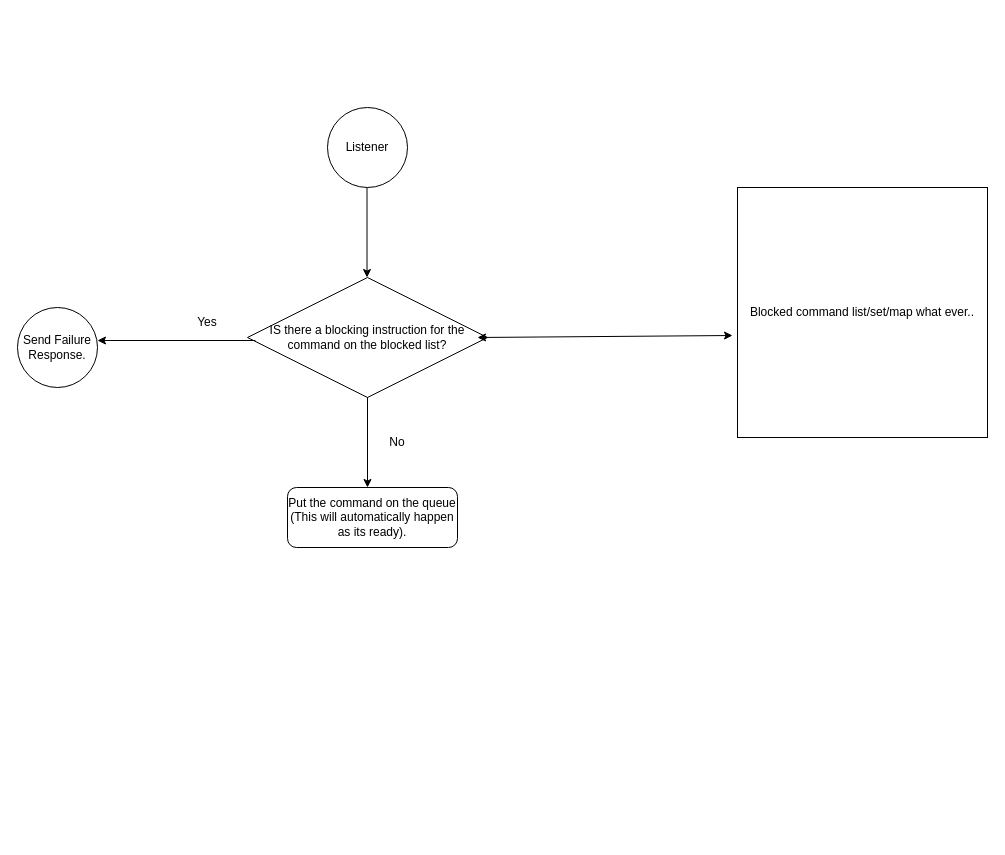
Above: Blocking Instructions.drawio in anshuldevmehta/RandomDiagrams (draw.io), before the change. Source tidied: cells renumbered, new cells numbered last; positions are measured from the earlier drawing's top-left corner, leaving out a move shared by most shapes. Both pictures are drawn from the tidied source at 100%, with x=0, y=0 at pixel (17, 107).
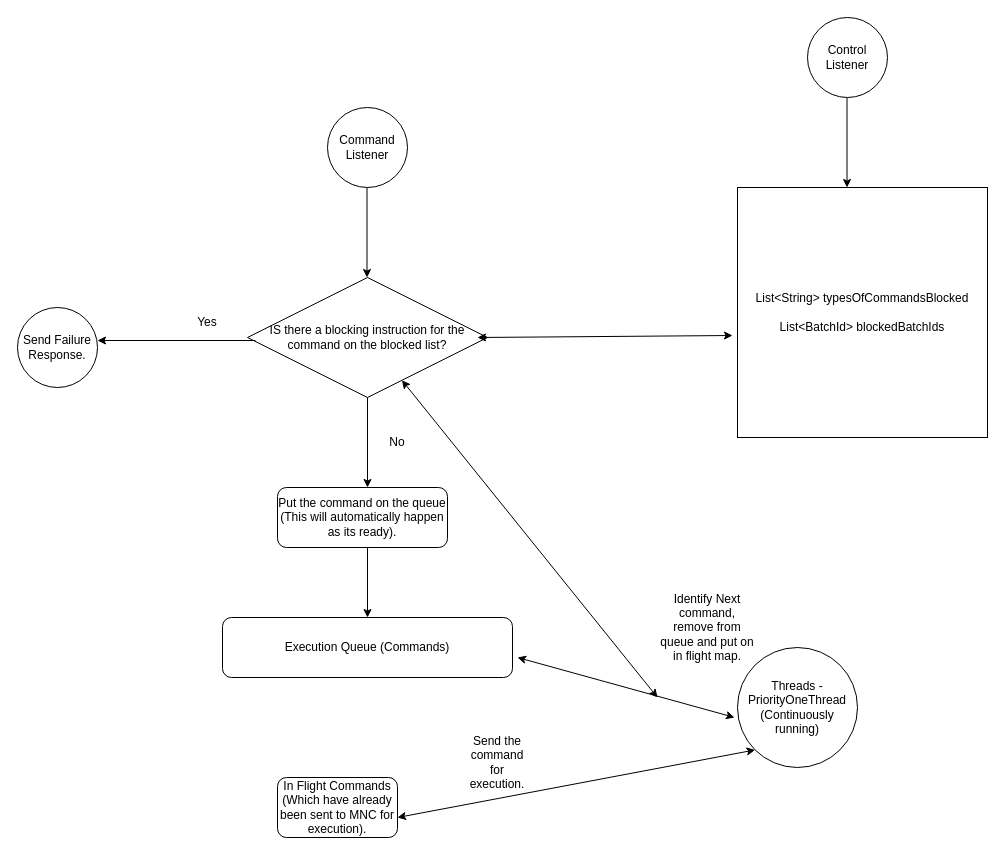
Above is the later version.

The change refers to these unchanged cells:
```xml
<mxCell id="5" value="IS there a blocking instruction for the command on the blocked list?" style="rhombus;whiteSpace=wrap;html=1;" parent="1" vertex="1">
  <mxGeometry x="230" y="170" width="240" height="120" as="geometry" />
</mxCell>
```

The edit, as a diff of the source:
```diff
@@
-    <mxCell id="2" value="Listener" style="ellipse;whiteSpace=wrap;html=1;" parent="1" vertex="1">
+    <mxCell id="2" value="Command Listener" style="ellipse;whiteSpace=wrap;html=1;" parent="1" vertex="1">
       <mxGeometry x="310" width="80" height="80" as="geometry" />
     </mxCell>
@@
-    <mxCell id="4" value="Blocked command list/set/map what ever.." style="whiteSpace=wrap;html=1;" parent="1" vertex="1">
+    <mxCell id="4" value="&lt;div&gt;List&amp;lt;String&amp;gt; typesOfCommandsBlocked&lt;/div&gt;&lt;div&gt;&lt;br&gt;&lt;/div&gt;&lt;div&gt;List&amp;lt;BatchId&amp;gt; blockedBatchIds&lt;br&gt;&lt;/div&gt;" style="whiteSpace=wrap;html=1;" parent="1" vertex="1">
       <mxGeometry x="720" y="80" width="250" height="250" as="geometry" />
     </mxCell>
@@
     <mxCell id="12" value="Put the command on the queue (This will automatically happen as its ready)." style="rounded=1;whiteSpace=wrap;html=1;" parent="1" vertex="1">
-      <mxGeometry x="270" y="380" width="170" height="60" as="geometry" />
+      <mxGeometry x="260" y="380" width="170" height="60" as="geometry" />
     </mxCell>
+    <mxCell id="13" value="Threads - PriorityOneThread (Continuously running)" style="ellipse;whiteSpace=wrap;html=1;" parent="1" vertex="1">
+      <mxGeometry x="720" y="540" width="120" height="120" as="geometry" />
+    </mxCell>
+    <mxCell id="14" value="Execution Queue (Commands)" style="rounded=1;whiteSpace=wrap;html=1;" parent="1" vertex="1">
+      <mxGeometry x="205" y="510" width="290" height="60" as="geometry" />
+    </mxCell>
+    <mxCell id="15" style="endArrow=classic;html=1;rounded=0;entryX=0.5;entryY=0;entryDx=0;entryDy=0;" parent="1" edge="1" target="14">
+      <mxGeometry relative="1" as="geometry">
+        <mxPoint x="350" y="440" as="sourcePoint" />
+      </mxGeometry>
+    </mxCell>
+    <mxCell id="16" value="In Flight Commands (Which have already been sent to MNC for execution)." style="rounded=1;whiteSpace=wrap;html=1;" parent="1" vertex="1">
+      <mxGeometry x="260" y="670" width="120" height="60" as="geometry" />
+    </mxCell>
+    <mxCell id="17" style="endArrow=classic;startArrow=classic;html=1;rounded=0;entryX=-0.025;entryY=0.583;entryDx=0;entryDy=0;entryPerimeter=0;" parent="1" edge="1" target="13">
+      <mxGeometry relative="1" as="geometry">
+        <mxPoint x="500" y="550" as="sourcePoint" />
+      </mxGeometry>
+    </mxCell>
+    <mxCell id="18" value="Identify Next command, remove from queue and put on in flight map." style="text;html=1;align=center;verticalAlign=middle;whiteSpace=wrap;rounded=0;" parent="1" vertex="1">
+      <mxGeometry x="640" y="470" width="100" height="100" as="geometry" />
+    </mxCell>
+    <mxCell id="19" style="endArrow=classic;startArrow=classic;html=1;rounded=0;entryX=0;entryY=1;entryDx=0;entryDy=0;" parent="1" edge="1" target="13">
+      <mxGeometry relative="1" as="geometry">
+        <mxPoint x="380" y="710" as="sourcePoint" />
+      </mxGeometry>
+    </mxCell>
+    <mxCell id="20" value="Send the command for execution." style="text;html=1;align=center;verticalAlign=middle;whiteSpace=wrap;rounded=0;" parent="1" vertex="1">
+      <mxGeometry x="450" y="640" width="60" height="30" as="geometry" />
+    </mxCell>
+    <mxCell id="21" style="endArrow=classic;startArrow=classic;html=1;rounded=0;" parent="1" edge="1" target="5">
+      <mxGeometry relative="1" as="geometry">
+        <mxPoint x="640" y="590" as="sourcePoint" />
+      </mxGeometry>
+    </mxCell>
+    <mxCell id="22" value="Control Listener" style="ellipse;whiteSpace=wrap;html=1;" parent="1" vertex="1">
+      <mxGeometry x="790" y="-90" width="80" height="80" as="geometry" />
+    </mxCell>
+    <mxCell id="23" style="endArrow=classic;html=1;rounded=0;exitX=0.5;exitY=1;exitDx=0;exitDy=0;" parent="1" edge="1">
+      <mxGeometry relative="1" as="geometry">
+        <mxPoint x="829.5" y="-10" as="sourcePoint" />
+        <mxPoint x="829.5" y="80" as="targetPoint" />
+      </mxGeometry>
+    </mxCell>
```
